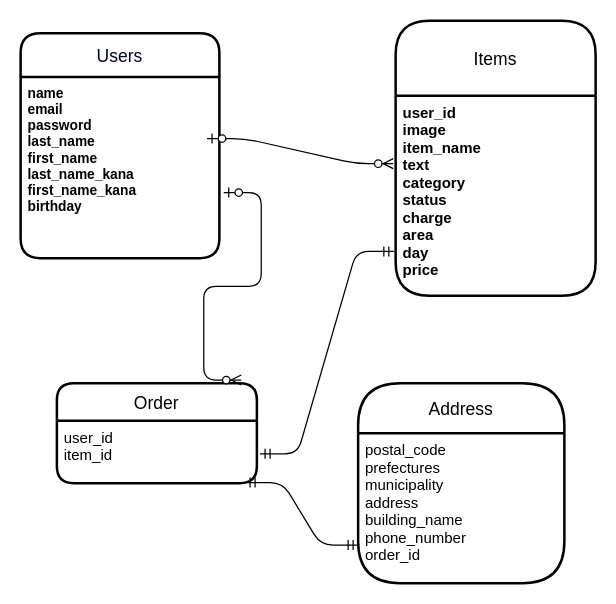
Before: db/ER.dio in gao7aokenichi/furima-34380, a draw.io diagram. Source tidied: cells renumbered, new cells numbered last; positions are measured from the earlier drawing's top-left corner, leaving out a move shared by most shapes. Both pictures are drawn from the tidied source at 125%, with x=0, y=0 at pixel (20, 20).
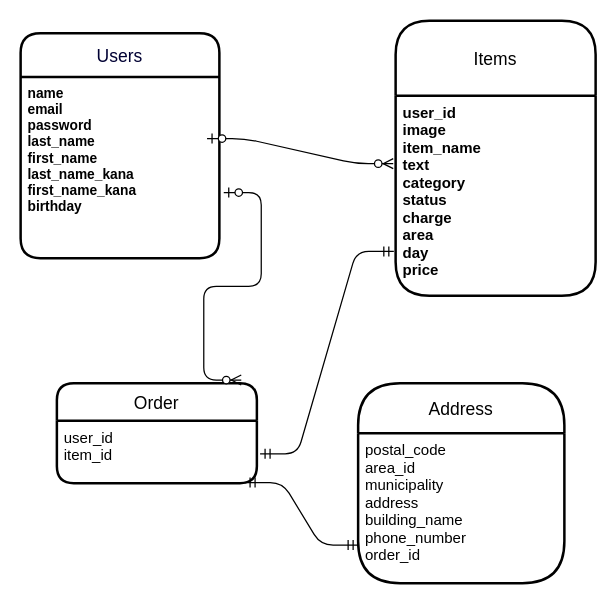
The same diagram, later.

The edit, as a diff of the source:
```diff
@@
 <mxGraphModel>
   <root>
     <mxCell id="0" />
     <mxCell id="1" parent="0" />
     <mxCell id="2" value="Users" style="swimlane;horizontal=1;startSize=35;rounded=1;fontSize=14;fontStyle=0;strokeWidth=2;shadow=0;dashed=0;align=center;gradientColor=#ffffff;fontColor=#000033;" parent="1" vertex="1">
       <mxGeometry y="10" width="159" height="180" as="geometry" />
     </mxCell>
     <mxCell id="3" value="name&#10;email&#10;password&#10;last_name&#10;first_name&#10;last_name_kana&#10;first_name_kana&#10;birthday&#10;" style="align=left;strokeColor=none;fillColor=none;spacingLeft=4;fontSize=11;verticalAlign=top;fontStyle=1;" parent="2" vertex="1">
       <mxGeometry y="35" width="159" height="145" as="geometry" />
     </mxCell>
     <mxCell id="4" value="Address" style="swimlane;horizontal=1;startSize=40;rounded=1;fontSize=14;fontStyle=0;strokeWidth=2;shadow=0;dashed=0;align=center;arcSize=28;" parent="1" vertex="1">
       <mxGeometry x="270" y="290" width="165" height="160" as="geometry" />
     </mxCell>
-    <mxCell id="5" value="postal_code&#10;prefectures&#10;municipality&#10;address&#10;building_name&#10;phone_number&#10;order_id&#10;&#10;" style="align=left;strokeColor=none;fillColor=none;spacingLeft=4;fontSize=12;verticalAlign=top;" parent="4" vertex="1">
+    <mxCell id="5" value="postal_code&#10;area_id&#10;municipality&#10;address&#10;building_name&#10;phone_number&#10;order_id&#10;&#10;" style="align=left;strokeColor=none;fillColor=none;spacingLeft=4;fontSize=12;verticalAlign=top;" parent="4" vertex="1">
       <mxGeometry y="40" width="165" height="120" as="geometry" />
     </mxCell>
     <mxCell id="6" style="edgeStyle=entityRelationEdgeStyle;fontSize=12;html=1;endArrow=ERzeroToMany;startArrow=ERzeroToOne;entryX=-0.012;entryY=0.34;entryDx=0;entryDy=0;entryPerimeter=0;exitX=0.938;exitY=0.34;exitDx=0;exitDy=0;exitPerimeter=0;" parent="1" edge="1" source="3" target="8">
       <mxGeometry relative="1" as="geometry" />
     </mxCell>
     <mxCell id="7" value="Items" style="swimlane;horizontal=1;startSize=60;rounded=1;fontSize=14;fontStyle=0;strokeWidth=2;shadow=0;dashed=0;align=center;" parent="1" vertex="1">
       <mxGeometry x="300" width="160" height="220" as="geometry" />
     </mxCell>
     <mxCell id="8" value="user_id&#10;image&#10;item_name&#10;text&#10;category&#10;status&#10;charge&#10;area&#10;day&#10;price&#10;" style="align=left;strokeColor=none;fillColor=none;spacingLeft=4;fontSize=12;verticalAlign=top;fontStyle=1;" parent="7" vertex="1">
       <mxGeometry y="60" width="160" height="160" as="geometry" />
     </mxCell>
     <mxCell id="9" value="Order" style="swimlane;horizontal=1;startSize=30;rounded=1;fontSize=14;fontStyle=0;strokeWidth=2;shadow=0;dashed=0;align=center;" parent="1" vertex="1">
       <mxGeometry x="29" y="290" width="160" height="80" as="geometry" />
     </mxCell>
     <mxCell id="10" value="user_id&#10;item_id" style="align=left;strokeColor=none;fillColor=none;spacingLeft=4;fontSize=12;verticalAlign=top;" parent="9" vertex="1">
       <mxGeometry y="30" width="160" height="50" as="geometry" />
     </mxCell>
     <mxCell id="11" style="edgeStyle=entityRelationEdgeStyle;fontSize=12;html=1;endArrow=ERzeroToMany;startArrow=ERzeroToOne;exitX=1.022;exitY=0.638;exitDx=0;exitDy=0;exitPerimeter=0;entryX=0.922;entryY=-0.031;entryDx=0;entryDy=0;entryPerimeter=0;" parent="1" edge="1" source="3" target="9">
       <mxGeometry relative="1" as="geometry" />
     </mxCell>
     <mxCell id="12" style="edgeStyle=entityRelationEdgeStyle;fontSize=12;html=1;endArrow=ERmandOne;startArrow=ERmandOne;exitX=0.941;exitY=0.99;exitDx=0;exitDy=0;exitPerimeter=0;entryX=0;entryY=0.746;entryDx=0;entryDy=0;entryPerimeter=0;" parent="1" edge="1" source="10" target="5">
       <mxGeometry relative="1" as="geometry" />
     </mxCell>
     <mxCell id="13" style="edgeStyle=entityRelationEdgeStyle;fontSize=12;html=1;endArrow=ERmandOne;startArrow=ERmandOne;exitX=1.016;exitY=0.53;exitDx=0;exitDy=0;exitPerimeter=0;entryX=-0.009;entryY=0.779;entryDx=0;entryDy=0;entryPerimeter=0;" parent="1" edge="1" source="10" target="8">
       <mxGeometry relative="1" as="geometry" />
     </mxCell>
   </root>
 </mxGraphModel>
```
